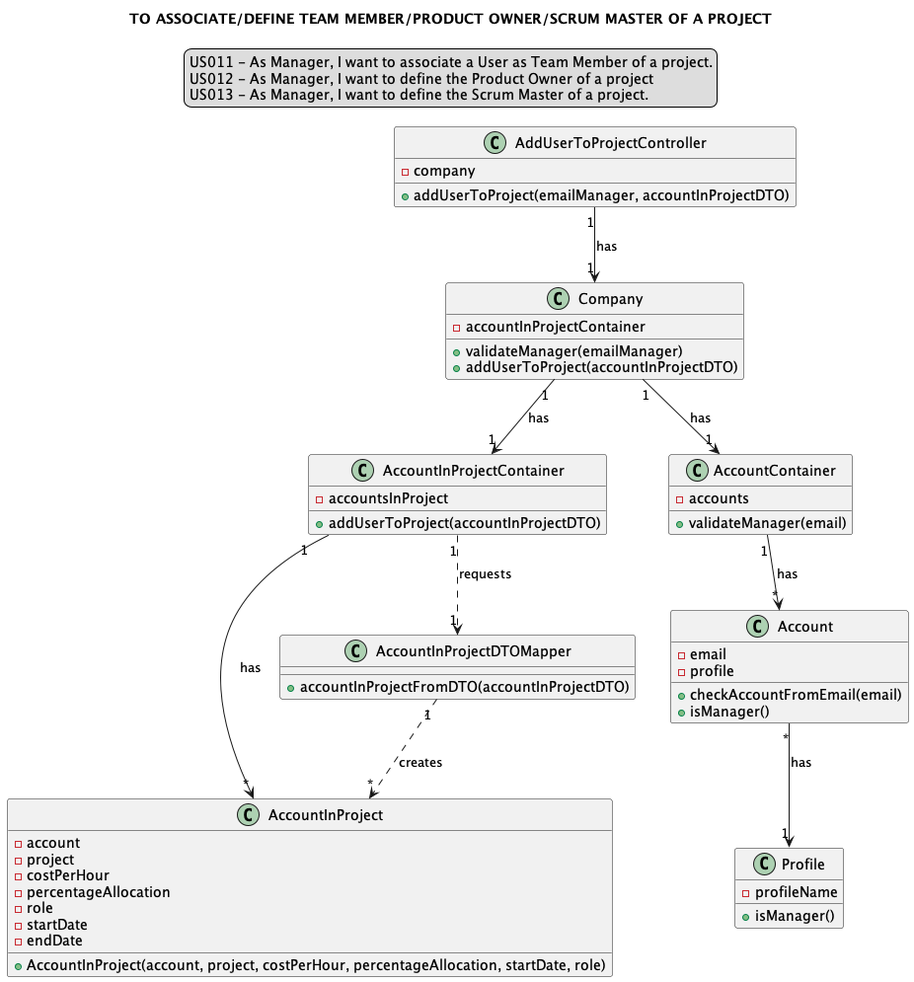
Earlier version of the PlantUML export docs/modelling_design/user_stories/sprint02/us011_us012_us013/US011_US012_US013_classDiagram-TO_ASSOCIATE_DEFINE_TEAM_MEMBER_PRODUCT_OWNER_SCRUM_MASTER_OF_A_PROJECT.png (Loracline/project_switch_22-23).
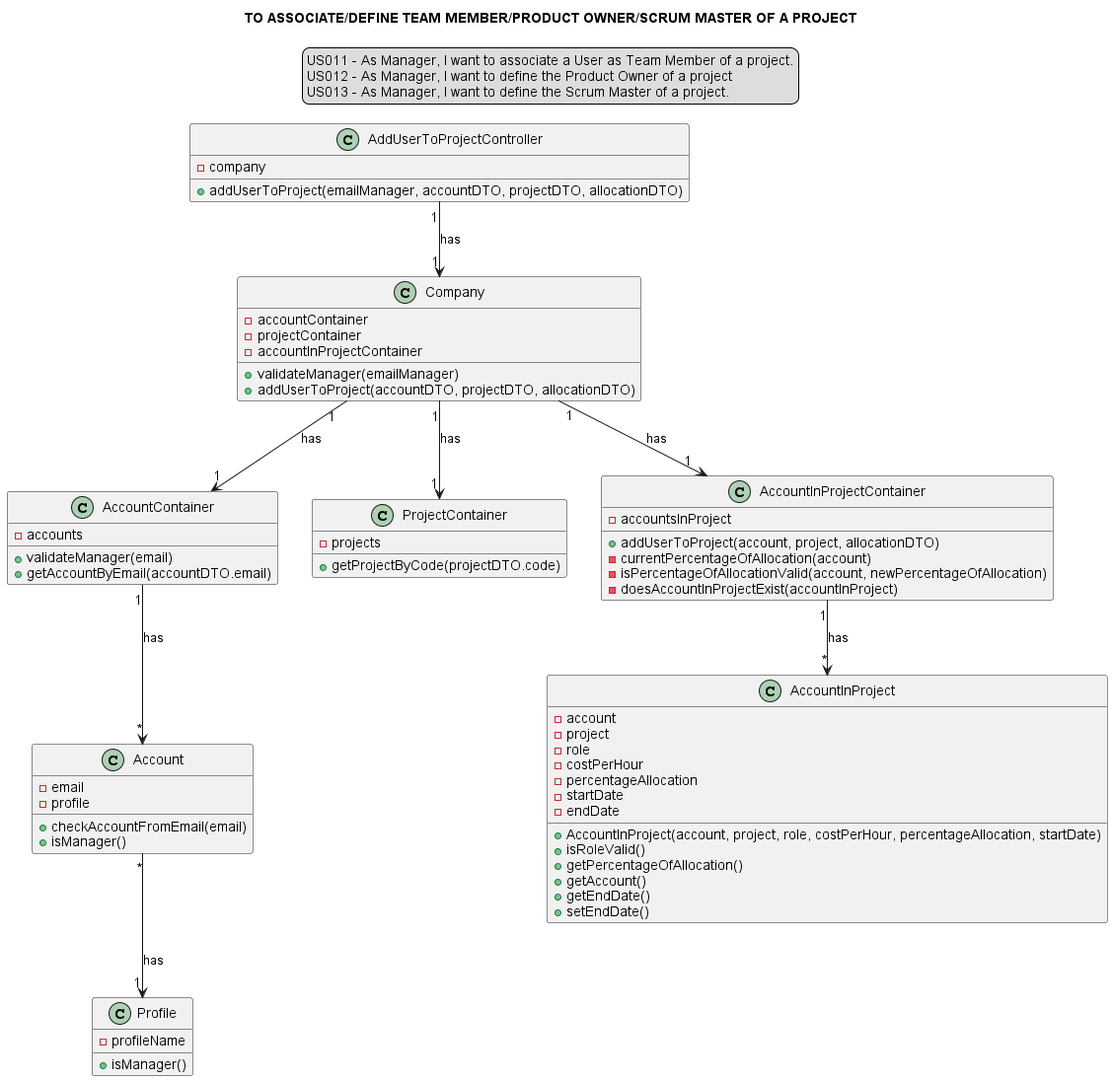
The same diagram one commit later.

Commit message:
US011-US013: Design: Added class diagram .png file

The edit, as a diff of the source:
```diff
@@ -10,38 +10,50 @@
 
 class AddUserToProjectController {
 -company
-+addUserToProject(emailManager, accountInProjectDTO)
++addUserToProject(emailManager, accountDTO, projectDTO, allocationDTO)
 }
 
 class Company {
+-accountContainer
+-projectContainer
 -accountInProjectContainer
 +validateManager(emailManager)
-+addUserToProject(accountInProjectDTO)
++addUserToProject(accountDTO, projectDTO, allocationDTO)
+}
+
+class AccountContainer {
+-accounts
++validateManager(email)
++getAccountByEmail(accountDTO.email)
+}
+
+class ProjectContainer {
+-projects
++getProjectByCode(projectDTO.code)
 }
 
 class AccountInProject{
 -account
 -project
+-role
 -costPerHour
 -percentageAllocation
--role
 -startDate
 -endDate
-+AccountInProject(account, project, costPerHour, percentageAllocation, startDate, role)
++AccountInProject(account, project, role, costPerHour, percentageAllocation, startDate)
++isRoleValid()
++getPercentageOfAllocation()
++getAccount()
++getEndDate()
++setEndDate()
+
 }
-
 class AccountInProjectContainer{
 -accountsInProject
-+addUserToProject(accountInProjectDTO)
-}
-
-class AccountInProjectDTOMapper {
-+accountInProjectFromDTO(accountInProjectDTO)
-}
-
-class "AccountContainer"{
--accounts
-+validateManager(email)
++addUserToProject(account, project, allocationDTO)
+-currentPercentageOfAllocation(account)
+-isPercentageOfAllocationValid(account, newPercentageOfAllocation)
+-doesAccountInProjectExist(accountInProject)
 }
 
 class "Account"{
@@ -59,10 +71,9 @@
 
 AddUserToProjectController "1"-->"1" Company:has
 Company "1"-->"1" AccountInProjectContainer: has
-AccountInProjectContainer "1"..>"1" AccountInProjectDTOMapper: requests
-AccountInProjectDTOMapper "1"..> "*"AccountInProject: creates
+Company "1"-->"1" AccountContainer: has
+Company "1"-->"1" ProjectContainer: has
 AccountInProjectContainer "1"--> "*" AccountInProject: has
-Company "1"-->"1" "AccountContainer": has
 "AccountContainer""1" --> "*""Account": has
 "Account" "*"--> "1""Profile": has
 @enduml
```
